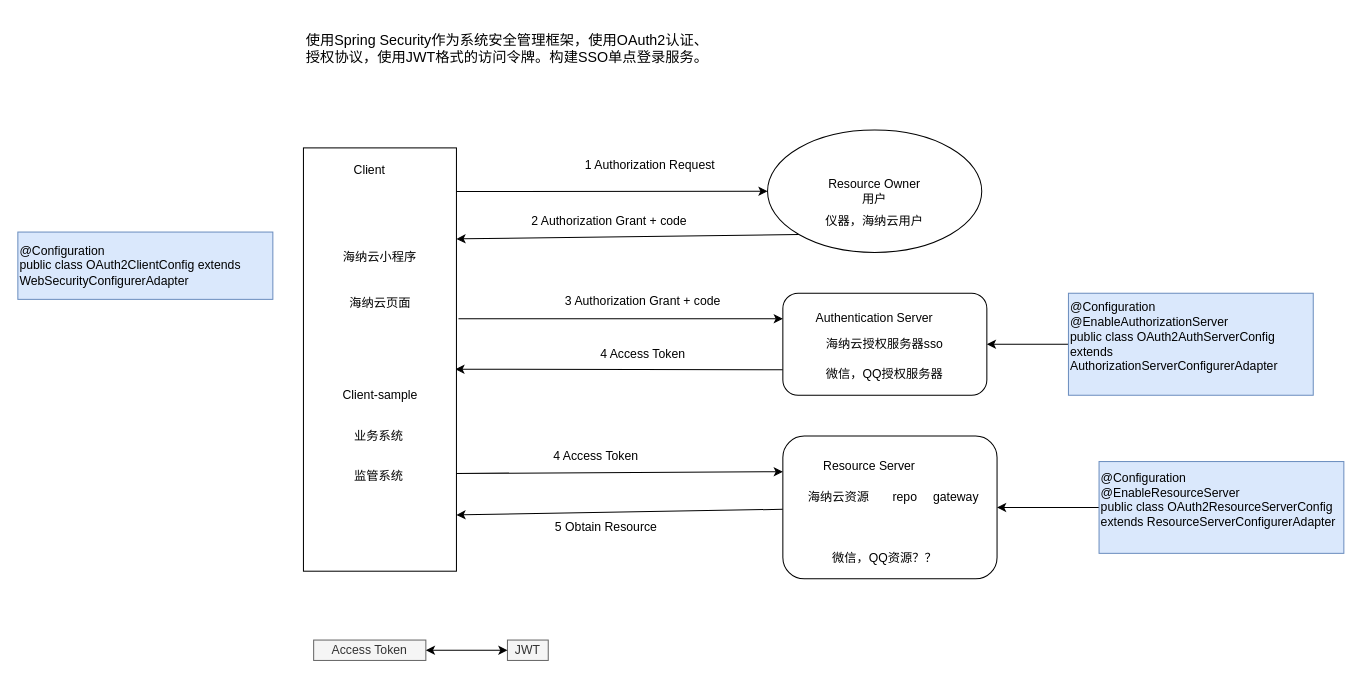
lzdong0714/note keeps this draw.io diagram as sso-security.drawio. Above is the earlier version. Source tidied: cells renumbered, new cells numbered last; positions are measured from the earlier drawing's top-left corner, leaving out a move shared by most shapes. Both pictures are drawn from the tidied source at 102%, with x=0, y=0 at pixel (17, 17).
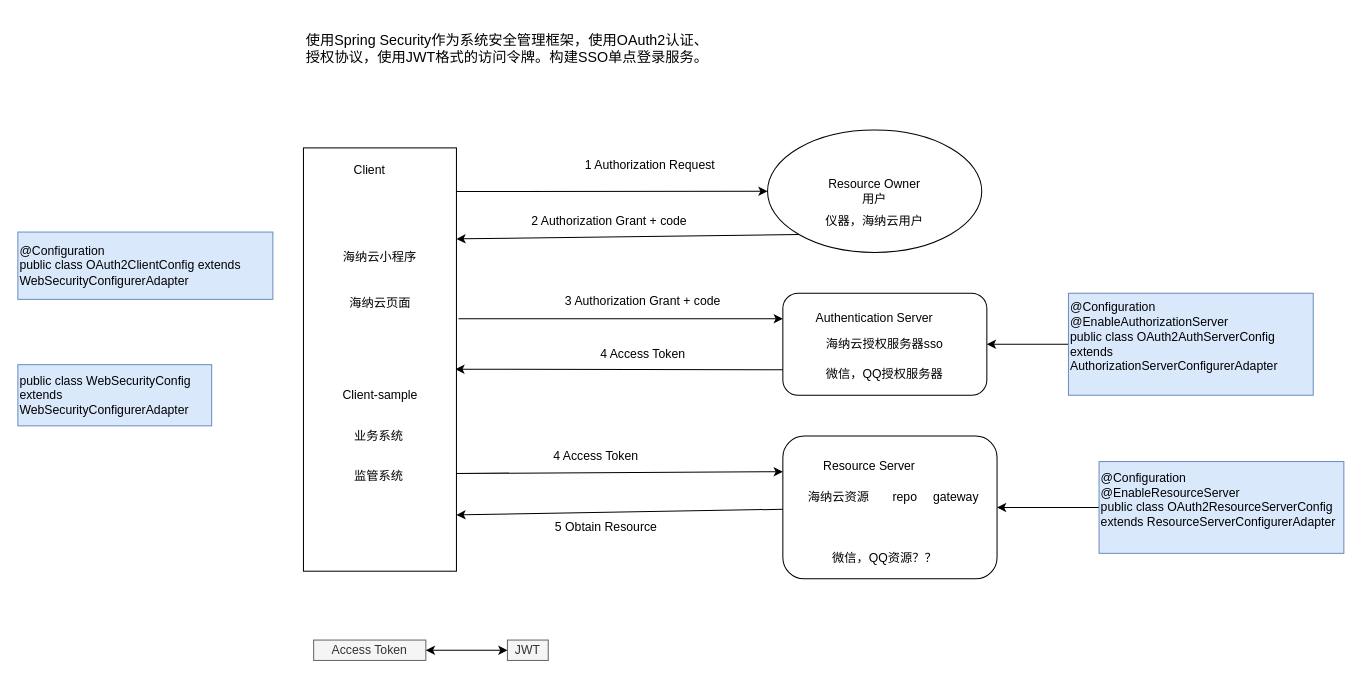
After the change.

Diff of the diagram source:
```diff
@@
+    <mxCell id="43" value="public class WebSecurityConfig extends WebSecurityConfigurerAdapter" style="text;html=1;strokeColor=#6c8ebf;fillColor=#dae8fc;align=left;verticalAlign=middle;whiteSpace=wrap;rounded=0;" parent="1" vertex="1">
+      <mxGeometry y="340" width="190" height="60" as="geometry" />
+    </mxCell>
```
